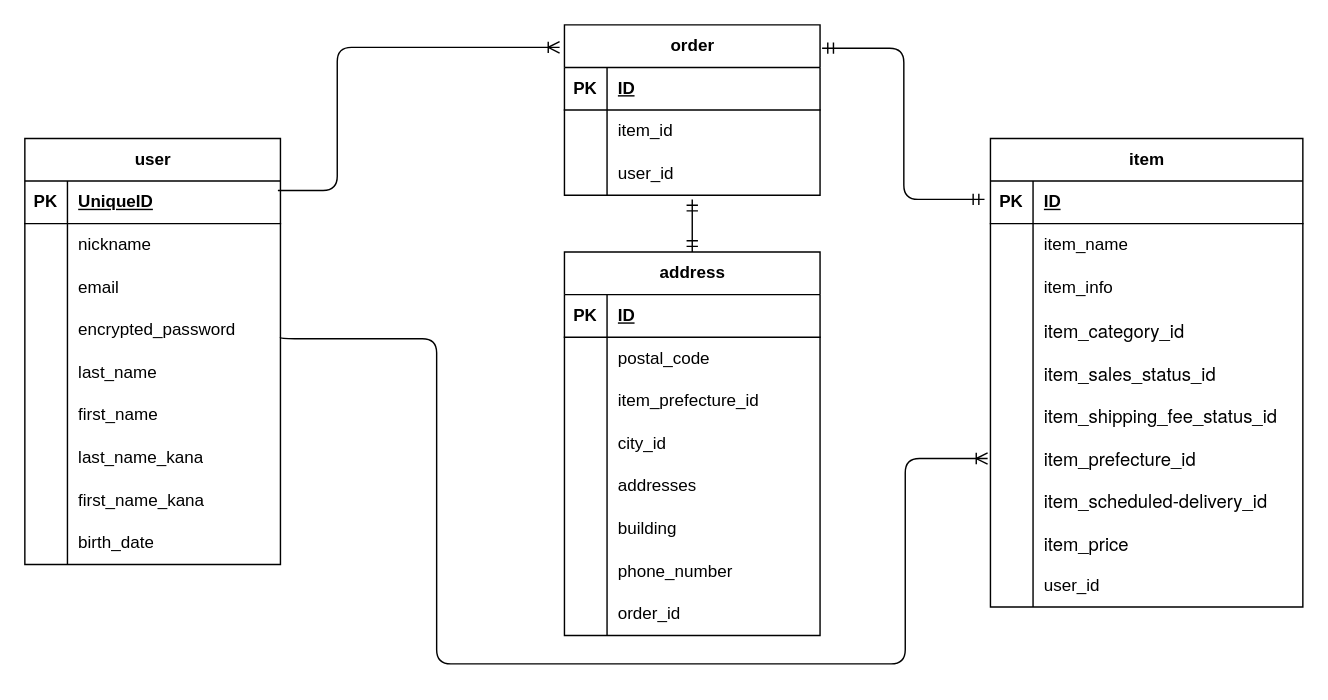
Above: furima.dio in todomatu/furima-42487 (draw.io), before the change. Source tidied: cells renumbered, new cells numbered last; positions are measured from the earlier drawing's top-left corner, leaving out a move shared by most shapes. Both pictures are drawn from the tidied source at 142%, with x=0, y=0 at pixel (24, 24).
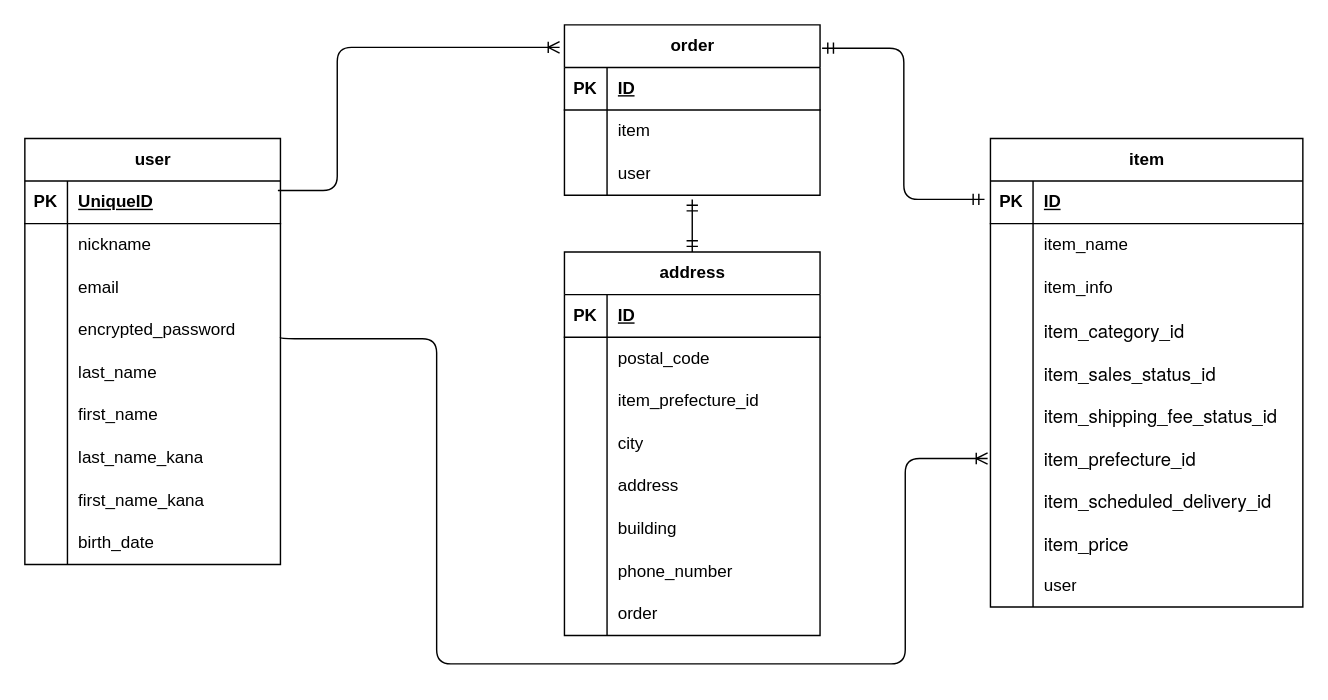
The same page after the edit.

The change refers to these unchanged cells:
```xml
<mxCell id="52" style="shape=tableRow;horizontal=0;startSize=0;swimlaneHead=0;swimlaneBody=0;fillColor=none;top=0;left=0;right=0;bottom=0;" parent="30" vertex="1">
  <mxGeometry y="240" width="220" height="30" as="geometry" />
</mxCell>
<mxCell id="58" style="shape=tableRow;horizontal=0;startSize=0;swimlaneHead=0;swimlaneBody=0;fillColor=none;top=0;left=0;right=0;bottom=0;" parent="30" vertex="1">
  <mxGeometry y="300" width="220" height="30" as="geometry" />
</mxCell>
<mxCell id="65" style="shape=tableRow;horizontal=0;startSize=0;swimlaneHead=0;swimlaneBody=0;fillColor=none;top=0;left=0;right=0;bottom=0;" parent="61" vertex="1">
  <mxGeometry y="60" width="180" height="30" as="geometry" />
</mxCell>
<mxCell id="68" style="shape=tableRow;horizontal=0;startSize=0;swimlaneHead=0;swimlaneBody=0;fillColor=none;top=0;left=0;right=0;bottom=0;" parent="61" vertex="1">
  <mxGeometry y="90" width="180" height="30" as="geometry" />
</mxCell>
<mxCell id="84" style="shape=tableRow;horizontal=0;startSize=0;swimlaneHead=0;swimlaneBody=0;fillColor=none;top=0;left=0;right=0;bottom=0;" parent="74" vertex="1">
  <mxGeometry y="120" width="180" height="30" as="geometry" />
</mxCell>
<mxCell id="87" style="shape=tableRow;horizontal=0;startSize=0;swimlaneHead=0;swimlaneBody=0;fillColor=none;top=0;left=0;right=0;bottom=0;" parent="74" vertex="1">
  <mxGeometry y="150" width="180" height="30" as="geometry" />
</mxCell>
<mxCell id="96" style="shape=tableRow;horizontal=0;startSize=0;swimlaneHead=0;swimlaneBody=0;fillColor=none;top=0;left=0;right=0;bottom=0;" parent="74" vertex="1">
  <mxGeometry y="240" width="180" height="30" as="geometry" />
</mxCell>
```

Diff of the diagram source:
```diff
@@
-    <mxCell id="54" value="&lt;p style=&quot;margin: 0px; font-variant-numeric: normal; font-variant-east-asian: normal; font-variant-alternates: normal; font-size-adjust: none; font-kerning: auto; font-optical-sizing: auto; font-feature-settings: normal; font-variation-settings: normal; font-variant-position: normal; font-variant-emoji: normal; font-stretch: normal; font-size: 13px; line-height: normal; font-family: &amp;quot;Helvetica Neue&amp;quot;; color: rgb(0, 0, 0);&quot; class=&quot;p1&quot;&gt;item_scheduled-delivery_id&lt;/p&gt;" style="shape=partialRectangle;fillColor=none;top=0;left=0;bottom=0;right=0;align=left;spacingLeft=6;overflow=hidden;whiteSpace=wrap;html=1;" parent="52" vertex="1">
+    <mxCell id="54" value="&lt;p style=&quot;margin: 0px; font-variant-numeric: normal; font-variant-east-asian: normal; font-variant-alternates: normal; font-size-adjust: none; font-kerning: auto; font-optical-sizing: auto; font-feature-settings: normal; font-variation-settings: normal; font-variant-position: normal; font-variant-emoji: normal; font-stretch: normal; font-size: 13px; line-height: normal; font-family: &amp;quot;Helvetica Neue&amp;quot;; color: rgb(0, 0, 0);&quot; class=&quot;p1&quot;&gt;item_scheduled_delivery_id&lt;/p&gt;" style="shape=partialRectangle;fillColor=none;top=0;left=0;bottom=0;right=0;align=left;spacingLeft=6;overflow=hidden;whiteSpace=wrap;html=1;" parent="52" vertex="1">
       <mxGeometry x="30" width="190" height="30" as="geometry" />
     </mxCell>
@@
-    <mxCell id="60" value="user_id" style="shape=partialRectangle;fillColor=none;top=0;left=0;bottom=0;right=0;align=left;spacingLeft=6;overflow=hidden;whiteSpace=wrap;html=1;" parent="58" vertex="1">
+    <mxCell id="60" value="user" style="shape=partialRectangle;fillColor=none;top=0;left=0;bottom=0;right=0;align=left;spacingLeft=6;overflow=hidden;whiteSpace=wrap;html=1;" parent="58" vertex="1">
       <mxGeometry x="30" width="190" height="30" as="geometry" />
     </mxCell>
@@
-    <mxCell id="67" value="item_id" style="shape=partialRectangle;fillColor=none;top=0;left=0;bottom=0;right=0;align=left;spacingLeft=6;overflow=hidden;whiteSpace=wrap;html=1;" parent="65" vertex="1">
+    <mxCell id="67" value="item" style="shape=partialRectangle;fillColor=none;top=0;left=0;bottom=0;right=0;align=left;spacingLeft=6;overflow=hidden;whiteSpace=wrap;html=1;" parent="65" vertex="1">
       <mxGeometry x="30" width="150" height="30" as="geometry" />
     </mxCell>
@@
-    <mxCell id="70" value="user_id" style="shape=partialRectangle;fillColor=none;top=0;left=0;bottom=0;right=0;align=left;spacingLeft=6;overflow=hidden;whiteSpace=wrap;html=1;" parent="68" vertex="1">
+    <mxCell id="70" value="user" style="shape=partialRectangle;fillColor=none;top=0;left=0;bottom=0;right=0;align=left;spacingLeft=6;overflow=hidden;whiteSpace=wrap;html=1;" parent="68" vertex="1">
       <mxGeometry x="30" width="150" height="30" as="geometry" />
     </mxCell>
@@
-    <mxCell id="86" value="city_id" style="shape=partialRectangle;fillColor=none;top=0;left=0;bottom=0;right=0;align=left;spacingLeft=6;overflow=hidden;whiteSpace=wrap;html=1;" parent="84" vertex="1">
+    <mxCell id="86" value="city" style="shape=partialRectangle;fillColor=none;top=0;left=0;bottom=0;right=0;align=left;spacingLeft=6;overflow=hidden;whiteSpace=wrap;html=1;" parent="84" vertex="1">
       <mxGeometry x="30" width="150" height="30" as="geometry" />
     </mxCell>
@@
-    <mxCell id="89" value="addresses" style="shape=partialRectangle;fillColor=none;top=0;left=0;bottom=0;right=0;align=left;spacingLeft=6;overflow=hidden;whiteSpace=wrap;html=1;" parent="87" vertex="1">
+    <mxCell id="89" value="address" style="shape=partialRectangle;fillColor=none;top=0;left=0;bottom=0;right=0;align=left;spacingLeft=6;overflow=hidden;whiteSpace=wrap;html=1;" parent="87" vertex="1">
       <mxGeometry x="30" width="150" height="30" as="geometry" />
     </mxCell>
@@
-    <mxCell id="98" value="order_id" style="shape=partialRectangle;fillColor=none;top=0;left=0;bottom=0;right=0;align=left;spacingLeft=6;overflow=hidden;whiteSpace=wrap;html=1;" parent="96" vertex="1">
+    <mxCell id="98" value="order" style="shape=partialRectangle;fillColor=none;top=0;left=0;bottom=0;right=0;align=left;spacingLeft=6;overflow=hidden;whiteSpace=wrap;html=1;" parent="96" vertex="1">
       <mxGeometry x="30" width="150" height="30" as="geometry" />
     </mxCell>
```
